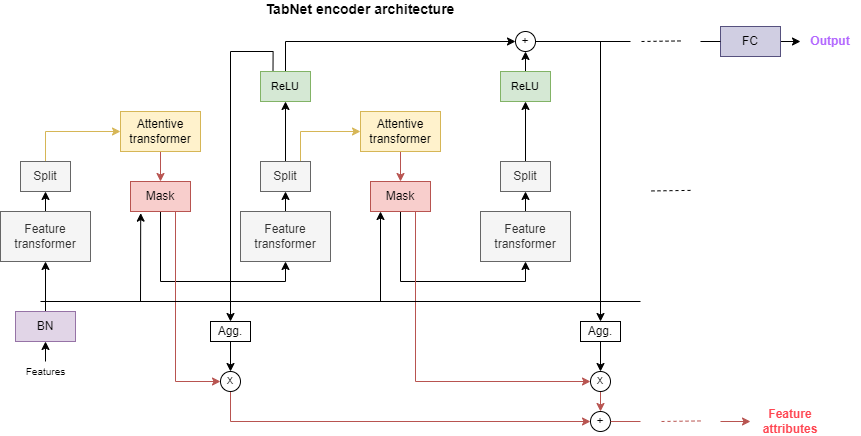
This is tabnet.drawio.png from vanshgupta-2024/computer-graphics, a draw.io export, as it was before one commit. Source tidied: cells renumbered, new cells last; positions are measured from the earlier drawing's top-left corner, leaving out a move shared by most shapes.
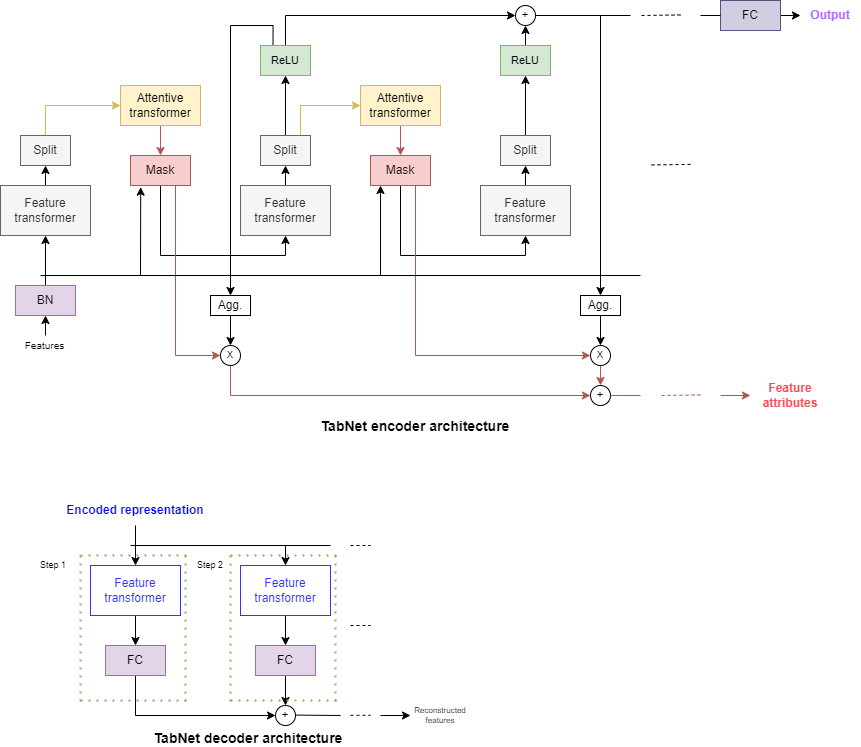
The same diagram one commit later.

What changed in the source:
```diff
@@ -209,7 +209,143 @@
       <mxGeometry x="800" y="25" width="60" height="30" as="geometry" />
     </mxCell>
     <mxCell id="59" value="TabNet encoder architecture" style="text;html=1;align=center;verticalAlign=middle;whiteSpace=wrap;rounded=0;fontSize=14;fontStyle=1;" parent="1" vertex="1">
-      <mxGeometry x="185" width="350" height="15" as="geometry" />
+      <mxGeometry x="240" y="443" width="350" height="15" as="geometry" />
     </mxCell>
+    <mxCell id="60" style="edgeStyle=orthogonalEdgeStyle;rounded=0;jettySize=auto;html=1;exitX=0.5;exitY=1;exitDx=0;exitDy=0;entryX=0.5;entryY=0;entryDx=0;entryDy=0;" parent="1" edge="1" source="61" target="63">
+      <mxGeometry relative="1" as="geometry" />
+    </mxCell>
+    <mxCell id="61" value="Feature transformer" style="text;html=1;align=center;verticalAlign=middle;whiteSpace=wrap;rounded=0;strokeColor=#3333FF;fontColor=#3333FF;" parent="1" vertex="1">
+      <mxGeometry x="90" y="590" width="90" height="50" as="geometry" />
+    </mxCell>
+    <mxCell id="62" style="edgeStyle=orthogonalEdgeStyle;rounded=0;jettySize=auto;html=1;exitX=0.5;exitY=1;exitDx=0;exitDy=0;entryX=0;entryY=0.5;entryDx=0;entryDy=0;" parent="1" edge="1" source="63" target="66">
+      <mxGeometry relative="1" as="geometry" />
+    </mxCell>
+    <mxCell id="63" value="FC" style="text;html=1;align=center;verticalAlign=middle;whiteSpace=wrap;rounded=0;fillColor=#e1d5e7;strokeColor=#9673a6;" parent="1" vertex="1">
+      <mxGeometry x="105" y="670" width="60" height="30" as="geometry" />
+    </mxCell>
+    <mxCell id="64" style="edgeStyle=orthogonalEdgeStyle;rounded=0;jettySize=auto;html=1;exitX=0.5;exitY=1;exitDx=0;exitDy=0;entryX=0.5;entryY=0;entryDx=0;entryDy=0;" parent="1" edge="1" source="65" target="61">
+      <mxGeometry relative="1" as="geometry" />
+    </mxCell>
+    <mxCell id="65" value="Encoded representation" style="text;html=1;align=center;verticalAlign=middle;whiteSpace=wrap;rounded=0;fontColor=#0000FF;fontStyle=1;" parent="1" vertex="1">
+      <mxGeometry x="50" y="520" width="170" height="30" as="geometry" />
+    </mxCell>
+    <mxCell id="66" value="+" style="ellipse;whiteSpace=wrap;html=1;fontSize=12;" parent="1" vertex="1">
+      <mxGeometry x="275" y="730" width="20" height="20" as="geometry" />
+    </mxCell>
+    <mxCell id="67" style="edgeStyle=orthogonalEdgeStyle;rounded=0;jettySize=auto;html=1;exitX=0.5;exitY=1;exitDx=0;exitDy=0;entryX=0.5;entryY=0;entryDx=0;entryDy=0;" parent="1" edge="1" target="66">
+      <mxGeometry relative="1" as="geometry">
+        <mxPoint x="285" y="700" as="sourcePoint" />
+      </mxGeometry>
+    </mxCell>
+    <mxCell id="68" style="endArrow=none;html=1;rounded=0;" parent="1" edge="1">
+      <mxGeometry relative="1" as="geometry">
+        <mxPoint x="130" y="570" as="sourcePoint" />
+        <mxPoint x="330" y="570" as="targetPoint" />
+      </mxGeometry>
+    </mxCell>
+    <mxCell id="69" style="endArrow=none;html=1;rounded=0;" parent="1" edge="1">
+      <mxGeometry relative="1" as="geometry">
+        <mxPoint x="295" y="739.6" as="sourcePoint" />
+        <mxPoint x="340" y="740" as="targetPoint" />
+      </mxGeometry>
+    </mxCell>
+    <mxCell id="70" style="endArrow=none;dashed=1;html=1;rounded=0;fontStyle=0;" parent="1" edge="1">
+      <mxGeometry relative="1" as="geometry">
+        <mxPoint x="350" y="570" as="sourcePoint" />
+        <mxPoint x="370" y="570" as="targetPoint" />
+      </mxGeometry>
+    </mxCell>
+    <mxCell id="71" style="endArrow=none;dashed=1;html=1;rounded=0;fontStyle=0;" parent="1" edge="1">
+      <mxGeometry relative="1" as="geometry">
+        <mxPoint x="350" y="650" as="sourcePoint" />
+        <mxPoint x="370" y="650" as="targetPoint" />
+      </mxGeometry>
+    </mxCell>
+    <mxCell id="72" style="endArrow=none;dashed=1;html=1;rounded=0;fontStyle=0;" parent="1" edge="1">
+      <mxGeometry relative="1" as="geometry">
+        <mxPoint x="350" y="739.8" as="sourcePoint" />
+        <mxPoint x="370" y="739.8" as="targetPoint" />
+      </mxGeometry>
+    </mxCell>
+    <mxCell id="73" style="endArrow=classic;html=1;rounded=0;" parent="1" edge="1">
+      <mxGeometry relative="1" as="geometry">
+        <mxPoint x="380" y="740" as="sourcePoint" />
+        <mxPoint x="410" y="740" as="targetPoint" />
+      </mxGeometry>
+    </mxCell>
+    <mxCell id="74" value="Reconstructed features" style="text;html=1;align=center;verticalAlign=middle;whiteSpace=wrap;rounded=0;fontSize=8;" parent="1" vertex="1">
+      <mxGeometry x="410" y="725" width="60" height="30" as="geometry" />
+    </mxCell>
+    <mxCell id="75" style="endArrow=none;dashed=1;html=1;dashPattern=1 3;strokeWidth=2;rounded=0;fillColor=#d5e8d4;strokeColor=#82b366;" parent="1" edge="1">
+      <mxGeometry relative="1" as="geometry">
+        <mxPoint x="80" y="580" as="sourcePoint" />
+        <mxPoint x="190" y="580" as="targetPoint" />
+      </mxGeometry>
+    </mxCell>
+    <mxCell id="76" style="endArrow=none;dashed=1;html=1;dashPattern=1 3;strokeWidth=2;rounded=0;fillColor=#d5e8d4;strokeColor=#82b366;" parent="1" edge="1">
+      <mxGeometry relative="1" as="geometry">
+        <mxPoint x="80" y="725" as="sourcePoint" />
+        <mxPoint x="190" y="725" as="targetPoint" />
+      </mxGeometry>
+    </mxCell>
+    <mxCell id="77" style="endArrow=none;dashed=1;html=1;dashPattern=1 3;strokeWidth=2;rounded=0;fillColor=#d5e8d4;strokeColor=#82b366;" parent="1" edge="1">
+      <mxGeometry relative="1" as="geometry">
+        <mxPoint x="80" y="580" as="sourcePoint" />
+        <mxPoint x="80" y="730" as="targetPoint" />
+      </mxGeometry>
+    </mxCell>
+    <mxCell id="78" style="endArrow=none;dashed=1;html=1;dashPattern=1 3;strokeWidth=2;rounded=0;fillColor=#d5e8d4;strokeColor=#82b366;" parent="1" edge="1">
+      <mxGeometry relative="1" as="geometry">
+        <mxPoint x="185" y="580" as="sourcePoint" />
+        <mxPoint x="185" y="730" as="targetPoint" />
+      </mxGeometry>
+    </mxCell>
+    <mxCell id="79" style="edgeStyle=orthogonalEdgeStyle;rounded=0;jettySize=auto;html=1;exitX=0.5;exitY=1;exitDx=0;exitDy=0;entryX=0.5;entryY=0;entryDx=0;entryDy=0;" parent="1" edge="1" source="80" target="81">
+      <mxGeometry relative="1" as="geometry" />
+    </mxCell>
+    <mxCell id="80" value="Feature transformer" style="text;html=1;align=center;verticalAlign=middle;whiteSpace=wrap;rounded=0;strokeColor=#3333FF;fontColor=#3333FF;" parent="1" vertex="1">
+      <mxGeometry x="240" y="590" width="90" height="50" as="geometry" />
+    </mxCell>
+    <mxCell id="81" value="FC" style="text;html=1;align=center;verticalAlign=middle;whiteSpace=wrap;rounded=0;fillColor=#e1d5e7;strokeColor=#9673a6;" parent="1" vertex="1">
+      <mxGeometry x="255" y="670" width="60" height="30" as="geometry" />
+    </mxCell>
+    <mxCell id="82" style="endArrow=none;dashed=1;html=1;dashPattern=1 3;strokeWidth=2;rounded=0;fillColor=#d5e8d4;strokeColor=#82b366;" parent="1" edge="1">
+      <mxGeometry relative="1" as="geometry">
+        <mxPoint x="230" y="580" as="sourcePoint" />
+        <mxPoint x="340" y="580" as="targetPoint" />
+      </mxGeometry>
+    </mxCell>
+    <mxCell id="83" style="endArrow=none;dashed=1;html=1;dashPattern=1 3;strokeWidth=2;rounded=0;fillColor=#d5e8d4;strokeColor=#82b366;" parent="1" edge="1">
+      <mxGeometry relative="1" as="geometry">
+        <mxPoint x="230" y="725" as="sourcePoint" />
+        <mxPoint x="340" y="725" as="targetPoint" />
+      </mxGeometry>
+    </mxCell>
+    <mxCell id="84" style="endArrow=none;dashed=1;html=1;dashPattern=1 3;strokeWidth=2;rounded=0;fillColor=#d5e8d4;strokeColor=#82b366;" parent="1" edge="1">
+      <mxGeometry relative="1" as="geometry">
+        <mxPoint x="230" y="580" as="sourcePoint" />
+        <mxPoint x="230" y="730" as="targetPoint" />
+      </mxGeometry>
+    </mxCell>
+    <mxCell id="85" style="endArrow=none;dashed=1;html=1;dashPattern=1 3;strokeWidth=2;rounded=0;fillColor=#d5e8d4;strokeColor=#82b366;" parent="1" edge="1">
+      <mxGeometry relative="1" as="geometry">
+        <mxPoint x="335" y="580" as="sourcePoint" />
+        <mxPoint x="335" y="730" as="targetPoint" />
+      </mxGeometry>
+    </mxCell>
+    <mxCell id="86" style="endArrow=classic;html=1;rounded=0;entryX=0.5;entryY=0;entryDx=0;entryDy=0;" parent="1" edge="1" target="80">
+      <mxGeometry relative="1" as="geometry">
+        <mxPoint x="285" y="570" as="sourcePoint" />
+      </mxGeometry>
+    </mxCell>
+    <mxCell id="87" value="Step 1" style="text;html=1;align=center;verticalAlign=middle;whiteSpace=wrap;rounded=0;fontSize=9;" parent="1" vertex="1">
+      <mxGeometry x="32.5" y="580" width="40" height="20" as="geometry" />
+    </mxCell>
+    <mxCell id="88" value="Step 2" style="text;html=1;align=center;verticalAlign=middle;whiteSpace=wrap;rounded=0;fontSize=9;" parent="1" vertex="1">
+      <mxGeometry x="190" y="580" width="40" height="20" as="geometry" />
+    </mxCell>
+    <mxCell id="89" value="TabNet decoder architecture" style="text;html=1;align=center;verticalAlign=middle;whiteSpace=wrap;rounded=0;fontSize=14;fontStyle=1;" parent="1" vertex="1">
+      <mxGeometry x="72.5" y="755" width="350" height="15" as="geometry" />
+    </mxCell>
   </root>
 </mxGraphModel>
```
